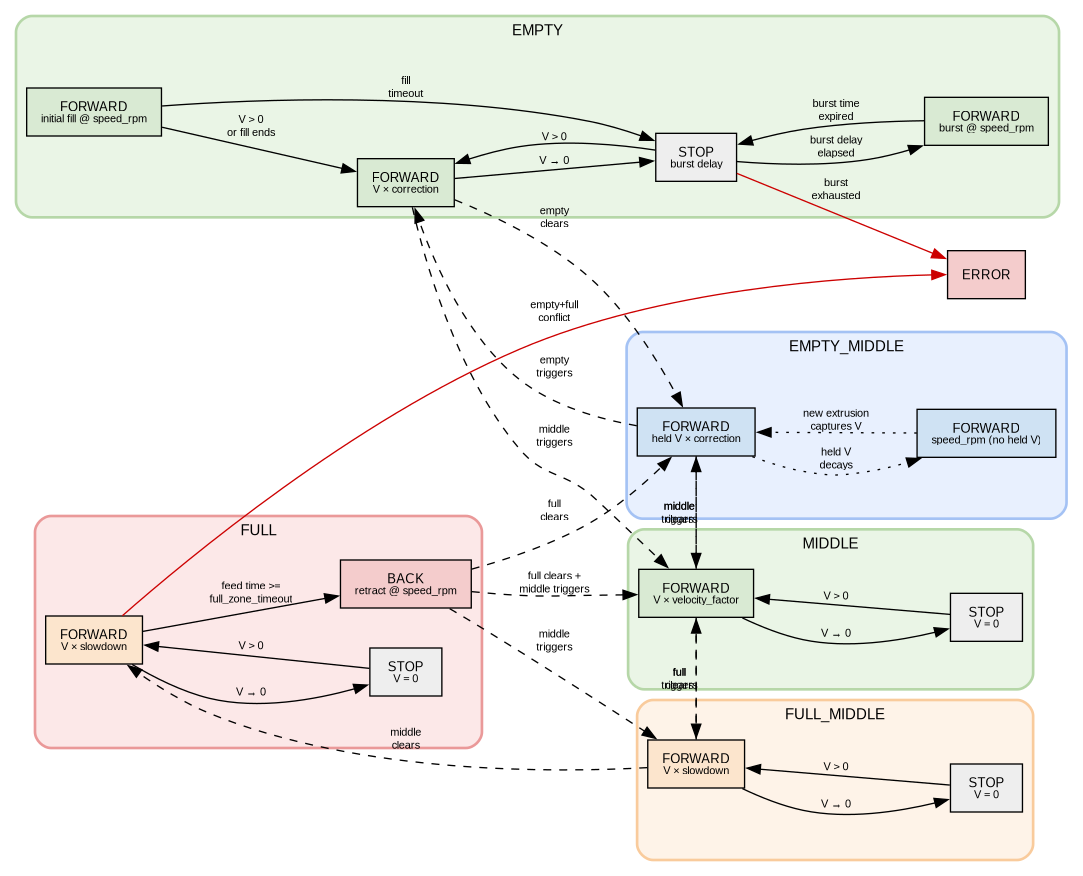
This is state_machine.png from adebuyss/lll-plus-klipper-plugin, a Graphviz export, as it was before one commit. Its source is kept beside it as state_machine.dot. The source it was exported from:
```dot
digraph buffer_state_machine {
    rankdir=LR
    fontname="Helvetica"
    fontsize=11
    node [fontname="Helvetica" style=filled fontsize=10 shape=box margin="0.15,0.1"]
    edge [fontname="Helvetica" fontsize=8]
    nodesep=0.4
    ranksep=1.0
    compound=true


    subgraph cluster_empty {
        label="EMPTY" labeljust=c fontsize=11 penwidth=2
        style="filled,rounded" color="#b6d7a8" fillcolor="#eaf5e6"

        e_fill  [label=<FORWARD<BR/><FONT POINT-SIZE="8">initial fill @ speed_rpm</FONT>> fillcolor="#d9ead3"]
        e_fwd   [label=<FORWARD<BR/><FONT POINT-SIZE="8">V × correction</FONT>> fillcolor="#d9ead3"]
        e_burst [label=<FORWARD<BR/><FONT POINT-SIZE="8">burst @ speed_rpm</FONT>> fillcolor="#d9ead3"]
        e_stop  [label=<STOP<BR/><FONT POINT-SIZE="8">burst delay</FONT>> fillcolor="#eeeeee"]
    }

    subgraph cluster_empty_middle {
        label="EMPTY_MIDDLE" labeljust=c fontsize=11 penwidth=2
        style="filled,rounded" color="#a4c2f4" fillcolor="#e8f0fe"

        em_fwd  [label=<FORWARD<BR/><FONT POINT-SIZE="8">held V × correction</FONT>> fillcolor="#cfe2f3"]
        em_base [label=<FORWARD<BR/><FONT POINT-SIZE="8">speed_rpm (no held V)</FONT>> fillcolor="#cfe2f3"]
    }

    subgraph cluster_middle {
        label="MIDDLE" labeljust=c fontsize=11 penwidth=2
        style="filled,rounded" color="#b6d7a8" fillcolor="#eaf5e6"

        m_fwd  [label=<FORWARD<BR/><FONT POINT-SIZE="8">V × velocity_factor</FONT>> fillcolor="#d9ead3"]
        m_stop [label=<STOP<BR/><FONT POINT-SIZE="8">V = 0</FONT>> fillcolor="#eeeeee"]
    }

    subgraph cluster_full_middle {
        label="FULL_MIDDLE" labeljust=c fontsize=11 penwidth=2
        style="filled,rounded" color="#f9cb9c" fillcolor="#fef3e8"

        fm_fwd  [label=<FORWARD<BR/><FONT POINT-SIZE="8">V × slowdown</FONT>> fillcolor="#fce5cd"]
        fm_stop [label=<STOP<BR/><FONT POINT-SIZE="8">V = 0</FONT>> fillcolor="#eeeeee"]
    }

    subgraph cluster_full {
        label="FULL" labeljust=c fontsize=11 penwidth=2
        style="filled,rounded" color="#ea9999" fillcolor="#fce8e8"

        f_fwd  [label=<FORWARD<BR/><FONT POINT-SIZE="8">V × slowdown</FONT>> fillcolor="#fce5cd"]
        f_stop [label=<STOP<BR/><FONT POINT-SIZE="8">V = 0</FONT>> fillcolor="#eeeeee"]
        f_back [label=<BACK<BR/><FONT POINT-SIZE="8">retract @ speed_rpm</FONT>> fillcolor="#f4cccc"]
    }

    ERROR [fillcolor="#f4cccc" label="ERROR"]


    e_fill  -> e_fwd   [label="V > 0\nor fill ends"]
    e_fill  -> e_stop  [label="fill\ntimeout"]
    e_fwd   -> e_stop  [label="V → 0"]
    e_stop  -> e_fwd   [label="V > 0"]
    e_stop  -> e_burst [label="burst delay\nelapsed"]
    e_burst -> e_stop  [label="burst time\nexpired"]
    e_stop  -> ERROR   [label="burst\nexhausted" color="#cc0000"]

    em_fwd  -> em_base [label="held V\ndecays" style=dotted]
    em_base -> em_fwd  [label="new extrusion\ncaptures V" style=dotted]

    m_fwd  -> m_stop [label="V → 0"]
    m_stop -> m_fwd  [label="V > 0"]

    fm_fwd  -> fm_stop [label="V → 0"]
    fm_stop -> fm_fwd  [label="V > 0"]

    f_fwd  -> f_stop [label="V → 0"]
    f_stop -> f_fwd  [label="V > 0"]
    f_fwd  -> f_back [label="feed time >=\nfull_zone_timeout"]
    f_fwd  -> ERROR  [label="empty+full\nconflict" color="#cc0000"]


    e_fwd  -> em_fwd [label="empty\nclears" style=dashed]
    e_fwd  -> m_fwd  [label="middle\ntriggers" style=dashed]

    em_fwd  -> e_fwd  [label="empty\ntriggers" style=dashed]
    em_fwd  -> m_fwd  [label="middle\ntriggers" style=dashed]

    m_fwd  -> em_fwd  [label="middle\nclears" style=dashed]
    m_fwd  -> fm_fwd  [label="full\ntriggers" style=dashed]

    fm_fwd  -> m_fwd  [label="full\nclears" style=dashed]
    fm_fwd  -> f_fwd  [label="middle\nclears" style=dashed]

    f_back -> fm_fwd  [label="middle\ntriggers" style=dashed]
    f_back -> m_fwd   [label="full clears +\nmiddle triggers" style=dashed]
    f_back -> em_fwd  [label="full\nclears" style=dashed]
}
```
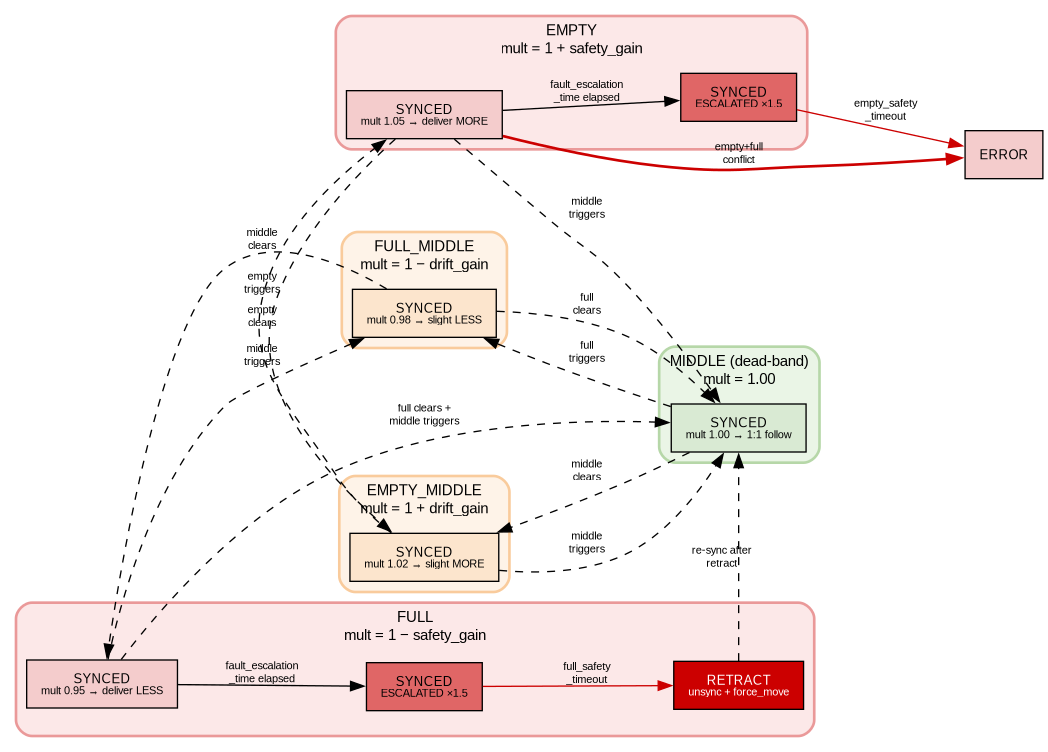
After the change.

Commit message:
Update state machine diagram for AFC rotation_distance feedback

Replace the old 5-zone VACTUAL behavior diagram with the new
multiplier-based feedback zones: EMPTY/EMPTY_MIDDLE/MIDDLE (dead-band)
/FULL_MIDDLE/FULL, fault escalation paths, and safety retract.

What changed in the source:
```diff
@@ -10,87 +10,70 @@
 
 
     subgraph cluster_empty {
-        label="EMPTY" labeljust=c fontsize=11 penwidth=2
-        style="filled,rounded" color="#b6d7a8" fillcolor="#eaf5e6"
+        label="EMPTY\nmult = 1 + safety_gain" labeljust=c fontsize=11 penwidth=2
+        style="filled,rounded" color="#ea9999" fillcolor="#fce8e8"
 
-        e_fill  [label=<FORWARD<BR/><FONT POINT-SIZE="8">initial fill @ speed_rpm</FONT>> fillcolor="#d9ead3"]
-        e_fwd   [label=<FORWARD<BR/><FONT POINT-SIZE="8">V × correction</FONT>> fillcolor="#d9ead3"]
-        e_burst [label=<FORWARD<BR/><FONT POINT-SIZE="8">burst @ speed_rpm</FONT>> fillcolor="#d9ead3"]
-        e_stop  [label=<STOP<BR/><FONT POINT-SIZE="8">burst delay</FONT>> fillcolor="#eeeeee"]
+        e_safety  [label=<SYNCED<BR/><FONT POINT-SIZE="8">mult 1.05 → deliver MORE</FONT>> fillcolor="#f4cccc"]
+        e_escal   [label=<SYNCED<BR/><FONT POINT-SIZE="8">ESCALATED ×1.5</FONT>> fillcolor="#e06666"]
     }
 
     subgraph cluster_empty_middle {
-        label="EMPTY_MIDDLE" labeljust=c fontsize=11 penwidth=2
-        style="filled,rounded" color="#a4c2f4" fillcolor="#e8f0fe"
+        label="EMPTY_MIDDLE\nmult = 1 + drift_gain" labeljust=c fontsize=11 penwidth=2
+        style="filled,rounded" color="#f9cb9c" fillcolor="#fef3e8"
 
-        em_fwd  [label=<FORWARD<BR/><FONT POINT-SIZE="8">held V × correction</FONT>> fillcolor="#cfe2f3"]
-        em_base [label=<FORWARD<BR/><FONT POINT-SIZE="8">speed_rpm (no held V)</FONT>> fillcolor="#cfe2f3"]
+        em_drift [label=<SYNCED<BR/><FONT POINT-SIZE="8">mult 1.02 → slight MORE</FONT>> fillcolor="#fce5cd"]
     }
 
     subgraph cluster_middle {
-        label="MIDDLE" labeljust=c fontsize=11 penwidth=2
+        label="MIDDLE (dead-band)\nmult = 1.00" labeljust=c fontsize=11 penwidth=2
         style="filled,rounded" color="#b6d7a8" fillcolor="#eaf5e6"
 
-        m_fwd  [label=<FORWARD<BR/><FONT POINT-SIZE="8">V × velocity_factor</FONT>> fillcolor="#d9ead3"]
-        m_stop [label=<STOP<BR/><FONT POINT-SIZE="8">V = 0</FONT>> fillcolor="#eeeeee"]
+        m_neutral [label=<SYNCED<BR/><FONT POINT-SIZE="8">mult 1.00 → 1:1 follow</FONT>> fillcolor="#d9ead3"]
     }
 
     subgraph cluster_full_middle {
-        label="FULL_MIDDLE" labeljust=c fontsize=11 penwidth=2
+        label="FULL_MIDDLE\nmult = 1 − drift_gain" labeljust=c fontsize=11 penwidth=2
         style="filled,rounded" color="#f9cb9c" fillcolor="#fef3e8"
 
-        fm_fwd  [label=<FORWARD<BR/><FONT POINT-SIZE="8">V × slowdown</FONT>> fillcolor="#fce5cd"]
-        fm_stop [label=<STOP<BR/><FONT POINT-SIZE="8">V = 0</FONT>> fillcolor="#eeeeee"]
+        fm_drift [label=<SYNCED<BR/><FONT POINT-SIZE="8">mult 0.98 → slight LESS</FONT>> fillcolor="#fce5cd"]
     }
 
     subgraph cluster_full {
-        label="FULL" labeljust=c fontsize=11 penwidth=2
+        label="FULL\nmult = 1 − safety_gain" labeljust=c fontsize=11 penwidth=2
         style="filled,rounded" color="#ea9999" fillcolor="#fce8e8"
 
-        f_fwd  [label=<FORWARD<BR/><FONT POINT-SIZE="8">V × slowdown</FONT>> fillcolor="#fce5cd"]
-        f_stop [label=<STOP<BR/><FONT POINT-SIZE="8">V = 0</FONT>> fillcolor="#eeeeee"]
-        f_back [label=<BACK<BR/><FONT POINT-SIZE="8">retract @ speed_rpm</FONT>> fillcolor="#f4cccc"]
+        f_safety [label=<SYNCED<BR/><FONT POINT-SIZE="8">mult 0.95 → deliver LESS</FONT>> fillcolor="#f4cccc"]
+        f_escal  [label=<SYNCED<BR/><FONT POINT-SIZE="8">ESCALATED ×1.5</FONT>> fillcolor="#e06666"]
+        f_retract [label=<RETRACT<BR/><FONT POINT-SIZE="8">unsync + force_move</FONT>> fillcolor="#cc0000" fontcolor=white]
     }
 
     ERROR [fillcolor="#f4cccc" label="ERROR"]
 
 
-    e_fill  -> e_fwd   [label="V > 0\nor fill ends"]
-    e_fill  -> e_stop  [label="fill\ntimeout"]
-    e_fwd   -> e_stop  [label="V → 0"]
-    e_stop  -> e_fwd   [label="V > 0"]
-    e_stop  -> e_burst [label="burst delay\nelapsed"]
-    e_burst -> e_stop  [label="burst time\nexpired"]
-    e_stop  -> ERROR   [label="burst\nexhausted" color="#cc0000"]
+    e_safety -> e_escal  [label="fault_escalation\n_time elapsed"]
+    e_escal  -> ERROR    [label="empty_safety\n_timeout" color="#cc0000"]
 
-    em_fwd  -> em_base [label="held V\ndecays" style=dotted]
-    em_base -> em_fwd  [label="new extrusion\ncaptures V" style=dotted]
-
-    m_fwd  -> m_stop [label="V → 0"]
-    m_stop -> m_fwd  [label="V > 0"]
-
-    fm_fwd  -> fm_stop [label="V → 0"]
-    fm_stop -> fm_fwd  [label="V > 0"]
-
-    f_fwd  -> f_stop [label="V → 0"]
-    f_stop -> f_fwd  [label="V > 0"]
-    f_fwd  -> f_back [label="feed time >=\nfull_zone_timeout"]
-    f_fwd  -> ERROR  [label="empty+full\nconflict" color="#cc0000"]
+    f_safety -> f_escal  [label="fault_escalation\n_time elapsed"]
+    f_escal  -> f_retract [label="full_safety\n_timeout" color="#cc0000"]
 
 
-    e_fwd  -> em_fwd [label="empty\nclears" style=dashed]
-    e_fwd  -> m_fwd  [label="middle\ntriggers" style=dashed]
+    e_safety -> em_drift  [label="empty\nclears" style=dashed]
+    e_safety -> m_neutral [label="middle\ntriggers" style=dashed]
 
-    em_fwd  -> e_fwd  [label="empty\ntriggers" style=dashed]
-    em_fwd  -> m_fwd  [label="middle\ntriggers" style=dashed]
+    em_drift -> e_safety  [label="empty\ntriggers" style=dashed]
+    em_drift -> m_neutral [label="middle\ntriggers" style=dashed]
 
-    m_fwd  -> em_fwd  [label="middle\nclears" style=dashed]
-    m_fwd  -> fm_fwd  [label="full\ntriggers" style=dashed]
+    m_neutral -> em_drift [label="middle\nclears" style=dashed]
+    m_neutral -> fm_drift [label="full\ntriggers" style=dashed]
 
-    fm_fwd  -> m_fwd  [label="full\nclears" style=dashed]
-    fm_fwd  -> f_fwd  [label="middle\nclears" style=dashed]
+    fm_drift -> m_neutral [label="full\nclears" style=dashed]
+    fm_drift -> f_safety  [label="middle\nclears" style=dashed]
 
-    f_back -> fm_fwd  [label="middle\ntriggers" style=dashed]
-    f_back -> m_fwd   [label="full clears +\nmiddle triggers" style=dashed]
-    f_back -> em_fwd  [label="full\nclears" style=dashed]
+    f_safety -> fm_drift  [label="middle\ntriggers" style=dashed]
+    f_safety -> m_neutral [label="full clears +\nmiddle triggers" style=dashed]
+
+    f_retract -> m_neutral [label="re-sync after\nretract" style=dashed]
+
+
+    e_safety -> ERROR [label="empty+full\nconflict" color="#cc0000" style=bold]
 }
```
